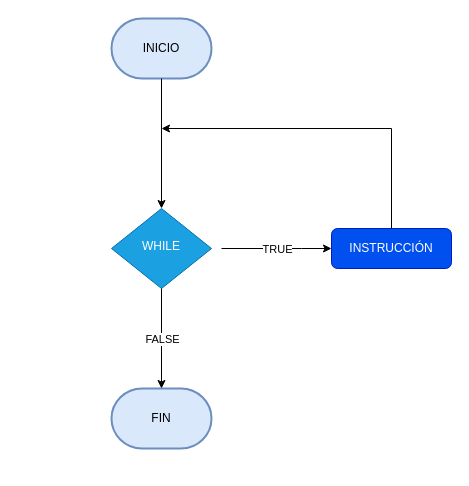
Above: Untitled Diagram.drawio in CynthiaMaldonadoR/hello-world (draw.io), before the change. Source tidied: cells renumbered, new cells numbered last; positions are measured from the earlier drawing's top-left corner, leaving out a move shared by most shapes. Both pictures are drawn from the tidied source at 100%, with x=0, y=0 at pixel (111, 18).
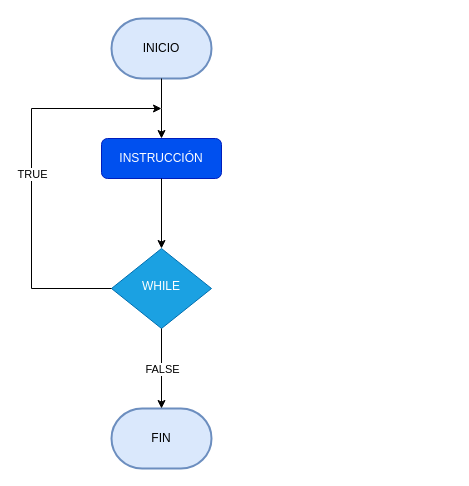
After the change.

Change to the diagram source:
```diff
@@
 <mxGraphModel>
   <root>
     <mxCell id="0" />
     <mxCell id="1" parent="0" />
     <mxCell id="2" value="WHILE" style="rhombus;whiteSpace=wrap;html=1;shadow=0;fontFamily=Helvetica;fontSize=12;align=center;strokeWidth=1;spacing=6;spacingTop=-4;fillColor=#1ba1e2;strokeColor=#006EAF;fontColor=#ffffff;" parent="1" vertex="1">
-      <mxGeometry y="190" width="100" height="80" as="geometry" />
+      <mxGeometry y="230" width="100" height="80" as="geometry" />
     </mxCell>
     <mxCell id="3" value="INICIO" style="strokeWidth=2;html=1;shape=mxgraph.flowchart.terminator;whiteSpace=wrap;fillColor=#dae8fc;strokeColor=#6c8ebf;" parent="1" vertex="1">
       <mxGeometry width="100" height="60" as="geometry" />
     </mxCell>
     <mxCell id="4" value="FIN" style="strokeWidth=2;html=1;shape=mxgraph.flowchart.terminator;whiteSpace=wrap;fillColor=#dae8fc;strokeColor=#6c8ebf;" parent="1" vertex="1">
-      <mxGeometry y="370" width="100" height="60" as="geometry" />
+      <mxGeometry y="390" width="100" height="60" as="geometry" />
     </mxCell>
-    <mxCell id="5" style="endArrow=classic;html=1;rounded=0;edgeStyle=orthogonalEdgeStyle;entryX=0;entryY=0.5;entryDx=0;entryDy=0;" parent="1" edge="1" target="7">
-      <mxGeometry relative="1" as="geometry">
-        <mxPoint x="110" y="230" as="sourcePoint" />
-        <Array as="points">
-          <mxPoint x="190" y="230" />
-        </Array>
-      </mxGeometry>
-    </mxCell>
-    <mxCell id="6" value="TRUE" style="edgeLabel;html=1;align=center;verticalAlign=middle;" parent="5" vertex="1">
-      <mxGeometry relative="1" as="geometry" />
-    </mxCell>
     <mxCell id="7" value="INSTRUCCIÓN" style="rounded=1;whiteSpace=wrap;html=1;fontSize=12;glass=0;strokeWidth=1;shadow=0;fillColor=#0050ef;strokeColor=#001DBC;fontColor=#ffffff;" parent="1" vertex="1">
-      <mxGeometry x="220" y="210" width="120" height="40" as="geometry" />
+      <mxGeometry x="-10" y="120" width="120" height="40" as="geometry" />
     </mxCell>
-    <mxCell id="8" style="endArrow=classic;html=1;rounded=0;edgeStyle=orthogonalEdgeStyle;exitX=0.5;exitY=1;exitDx=0;exitDy=0;exitPerimeter=0;entryX=0.5;entryY=0;entryDx=0;entryDy=0;" parent="1" edge="1" source="3" target="2">
-      <mxGeometry relative="1" as="geometry" />
+    <mxCell id="8" style="endArrow=classic;html=1;rounded=0;edgeStyle=orthogonalEdgeStyle;exitX=0.5;exitY=1;exitDx=0;exitDy=0;exitPerimeter=0;" parent="1" edge="1" source="3">
+      <mxGeometry relative="1" as="geometry">
+        <mxPoint x="50" y="120" as="targetPoint" />
+      </mxGeometry>
     </mxCell>
-    <mxCell id="9" style="endArrow=classic;html=1;rounded=0;edgeStyle=orthogonalEdgeStyle;exitX=0.5;exitY=1;exitDx=0;exitDy=0;" parent="1" edge="1" source="2">
-      <mxGeometry relative="1" as="geometry">
-        <mxPoint x="50" y="370" as="targetPoint" />
-      </mxGeometry>
-    </mxCell>
+    <mxCell id="12" style="endArrow=classic;html=1;rounded=0;edgeStyle=orthogonalEdgeStyle;exitX=0.5;exitY=1;exitDx=0;exitDy=0;entryX=0.5;entryY=0;entryDx=0;entryDy=0;entryPerimeter=0;" parent="1" edge="1" source="2" target="4">
+      <mxGeometry relative="1" as="geometry" />
+    </mxCell>
-    <mxCell id="10" value="FALSE" style="edgeLabel;html=1;align=center;verticalAlign=middle;" parent="9" vertex="1">
+    <mxCell id="10" value="FALSE" style="edgeLabel;html=1;align=center;verticalAlign=middle;" parent="12" vertex="1">
       <mxGeometry relative="1" as="geometry" />
     </mxCell>
-    <mxCell id="11" style="endArrow=classic;html=1;rounded=0;edgeStyle=orthogonalEdgeStyle;exitX=0.5;exitY=0;exitDx=0;exitDy=0;" parent="1" edge="1" source="7">
-      <mxGeometry relative="1" as="geometry">
-        <mxPoint x="50" y="110" as="targetPoint" />
-        <Array as="points">
-          <mxPoint x="280" y="110" />
-        </Array>
-      </mxGeometry>
-    </mxCell>
+    <mxCell id="13" style="endArrow=classic;html=1;rounded=0;edgeStyle=orthogonalEdgeStyle;exitX=0.5;exitY=1;exitDx=0;exitDy=0;" parent="1" edge="1" source="7" target="2">
+      <mxGeometry relative="1" as="geometry" />
+    </mxCell>
+    <mxCell id="14" style="endArrow=classic;html=1;rounded=0;edgeStyle=orthogonalEdgeStyle;exitX=0;exitY=0.5;exitDx=0;exitDy=0;" parent="1" edge="1" source="2">
+      <mxGeometry relative="1" as="geometry">
+        <mxPoint x="50" y="90" as="targetPoint" />
+        <Array as="points">
+          <mxPoint x="-80" y="270" />
+          <mxPoint x="-80" y="90" />
+        </Array>
+      </mxGeometry>
+    </mxCell>
+    <mxCell id="6" value="TRUE" style="edgeLabel;html=1;align=center;verticalAlign=middle;" parent="14" vertex="1">
+      <mxGeometry relative="1" as="geometry" />
+    </mxCell>
   </root>
 </mxGraphModel>
```
